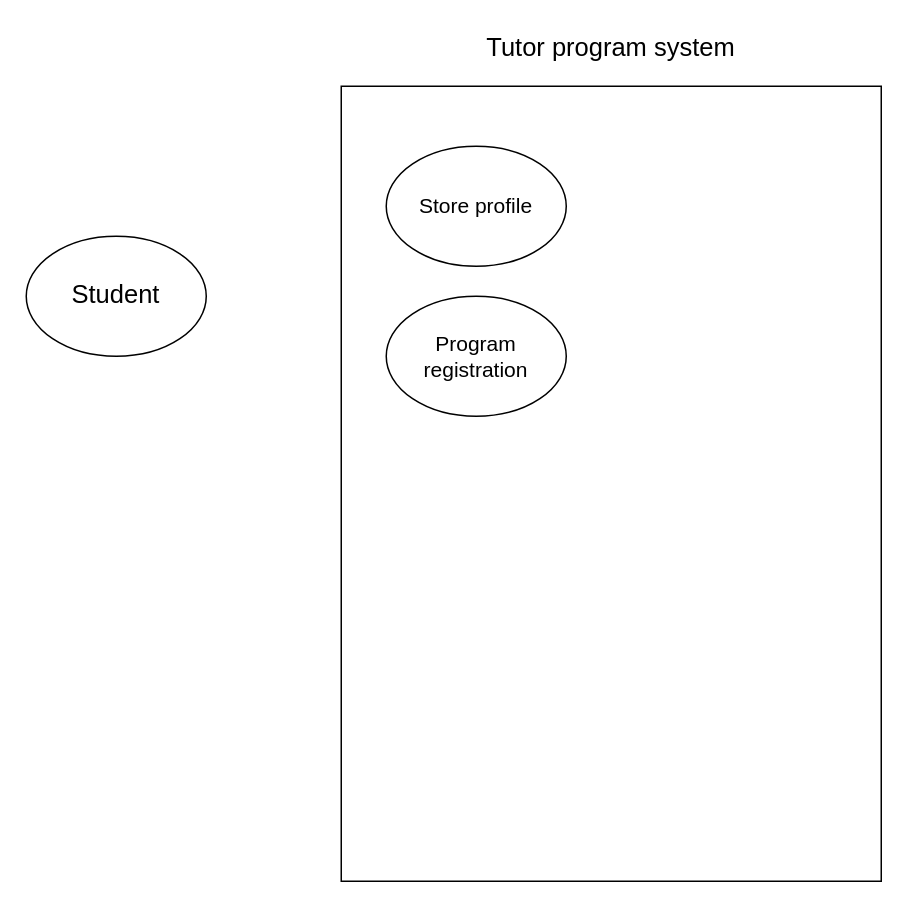
This is usecase.drawio from Sonhoangvo/csdl, a draw.io file, before an edit. Source tidied: cells renumbered, new cells numbered last; positions are measured from the earlier drawing's top-left corner, leaving out a move shared by most shapes. Both pictures are drawn from the tidied source at 150%, with x=0, y=0 at pixel (26, 26).
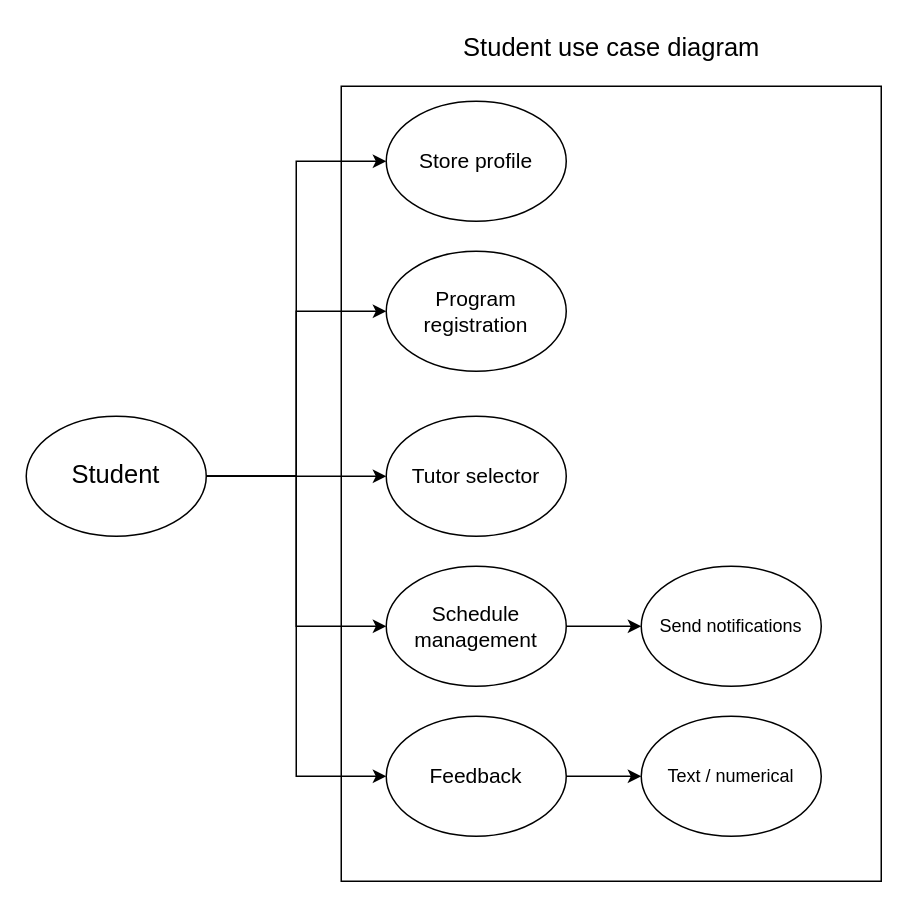
The same diagram, later.

Change to the diagram source:
```diff
@@
 <mxGraphModel>
   <root>
     <mxCell id="0" />
     <mxCell id="1" parent="0" />
     <mxCell id="2" style="rounded=0;whiteSpace=wrap;html=1;" parent="1" vertex="1">
       <mxGeometry x="210" y="40" width="360" height="530" as="geometry" />
     </mxCell>
-    <mxCell id="3" value="&lt;font style=&quot;font-size: 17px;&quot;&gt;Tutor program system&lt;/font&gt;" style="text;html=1;align=center;verticalAlign=middle;whiteSpace=wrap;rounded=0;strokeWidth=2;" parent="1" vertex="1">
-      <mxGeometry x="295" width="190" height="30" as="geometry" />
+    <mxCell id="3" value="&lt;span style=&quot;font-size: 17px;&quot;&gt;Student use case diagram&lt;/span&gt;" style="text;html=1;align=center;verticalAlign=middle;whiteSpace=wrap;rounded=0;strokeWidth=2;" parent="1" vertex="1">
+      <mxGeometry x="287.5" width="205" height="30" as="geometry" />
     </mxCell>
+    <mxCell id="7" style="edgeStyle=orthogonalEdgeStyle;rounded=0;jettySize=auto;html=1;entryX=0;entryY=0.5;entryDx=0;entryDy=0;" parent="1" edge="1" source="4" target="14">
+      <mxGeometry relative="1" as="geometry" />
+    </mxCell>
+    <mxCell id="8" style="edgeStyle=orthogonalEdgeStyle;rounded=0;jettySize=auto;html=1;entryX=0;entryY=0.5;entryDx=0;entryDy=0;" parent="1" edge="1" source="4" target="5">
+      <mxGeometry relative="1" as="geometry" />
+    </mxCell>
+    <mxCell id="9" style="edgeStyle=orthogonalEdgeStyle;rounded=0;jettySize=auto;html=1;entryX=0;entryY=0.5;entryDx=0;entryDy=0;" parent="1" edge="1" source="4" target="12">
+      <mxGeometry relative="1" as="geometry" />
+    </mxCell>
+    <mxCell id="10" style="edgeStyle=orthogonalEdgeStyle;rounded=0;jettySize=auto;html=1;entryX=0;entryY=0.5;entryDx=0;entryDy=0;" parent="1" edge="1" source="4" target="16">
+      <mxGeometry relative="1" as="geometry" />
+    </mxCell>
+    <mxCell id="11" style="edgeStyle=orthogonalEdgeStyle;rounded=0;jettySize=auto;html=1;entryX=0;entryY=0.5;entryDx=0;entryDy=0;" parent="1" edge="1" source="4" target="6">
+      <mxGeometry relative="1" as="geometry" />
+    </mxCell>
     <mxCell id="4" value="&lt;font style=&quot;font-size: 17px;&quot;&gt;Student&lt;/font&gt;" style="ellipse;whiteSpace=wrap;html=1;" parent="1" vertex="1">
-      <mxGeometry y="140" width="120" height="80" as="geometry" />
+      <mxGeometry y="260" width="120" height="80" as="geometry" />
     </mxCell>
     <mxCell id="5" value="&lt;font style=&quot;font-size: 14px;&quot;&gt;Store profile&lt;/font&gt;" style="ellipse;whiteSpace=wrap;html=1;" parent="1" vertex="1">
-      <mxGeometry x="240" y="80" width="120" height="80" as="geometry" />
+      <mxGeometry x="240" y="50" width="120" height="80" as="geometry" />
     </mxCell>
     <mxCell id="6" value="&lt;font style=&quot;font-size: 14px;&quot;&gt;Program registration&lt;/font&gt;" style="ellipse;whiteSpace=wrap;html=1;" parent="1" vertex="1">
-      <mxGeometry x="240" y="180" width="120" height="80" as="geometry" />
+      <mxGeometry x="240" y="150" width="120" height="80" as="geometry" />
     </mxCell>
+    <mxCell id="12" value="&lt;font style=&quot;font-size: 14px;&quot;&gt;Tutor selector&lt;/font&gt;" style="ellipse;whiteSpace=wrap;html=1;" parent="1" vertex="1">
+      <mxGeometry x="240" y="260" width="120" height="80" as="geometry" />
+    </mxCell>
+    <mxCell id="13" style="edgeStyle=orthogonalEdgeStyle;rounded=0;jettySize=auto;html=1;" parent="1" edge="1" source="14" target="17">
+      <mxGeometry relative="1" as="geometry" />
+    </mxCell>
+    <mxCell id="14" value="&lt;font style=&quot;font-size: 14px;&quot;&gt;Schedule management&lt;/font&gt;" style="ellipse;whiteSpace=wrap;html=1;" parent="1" vertex="1">
+      <mxGeometry x="240" y="360" width="120" height="80" as="geometry" />
+    </mxCell>
+    <mxCell id="15" style="edgeStyle=orthogonalEdgeStyle;rounded=0;jettySize=auto;html=1;" parent="1" edge="1" source="16" target="18">
+      <mxGeometry relative="1" as="geometry" />
+    </mxCell>
+    <mxCell id="16" value="&lt;font style=&quot;font-size: 14px;&quot;&gt;Feedback&lt;/font&gt;" style="ellipse;whiteSpace=wrap;html=1;" parent="1" vertex="1">
+      <mxGeometry x="240" y="460" width="120" height="80" as="geometry" />
+    </mxCell>
+    <mxCell id="17" value="Send notifications" style="ellipse;whiteSpace=wrap;html=1;" parent="1" vertex="1">
+      <mxGeometry x="410" y="360" width="120" height="80" as="geometry" />
+    </mxCell>
+    <mxCell id="18" value="Text / numerical" style="ellipse;whiteSpace=wrap;html=1;" parent="1" vertex="1">
+      <mxGeometry x="410" y="460" width="120" height="80" as="geometry" />
+    </mxCell>
   </root>
 </mxGraphModel>
```
